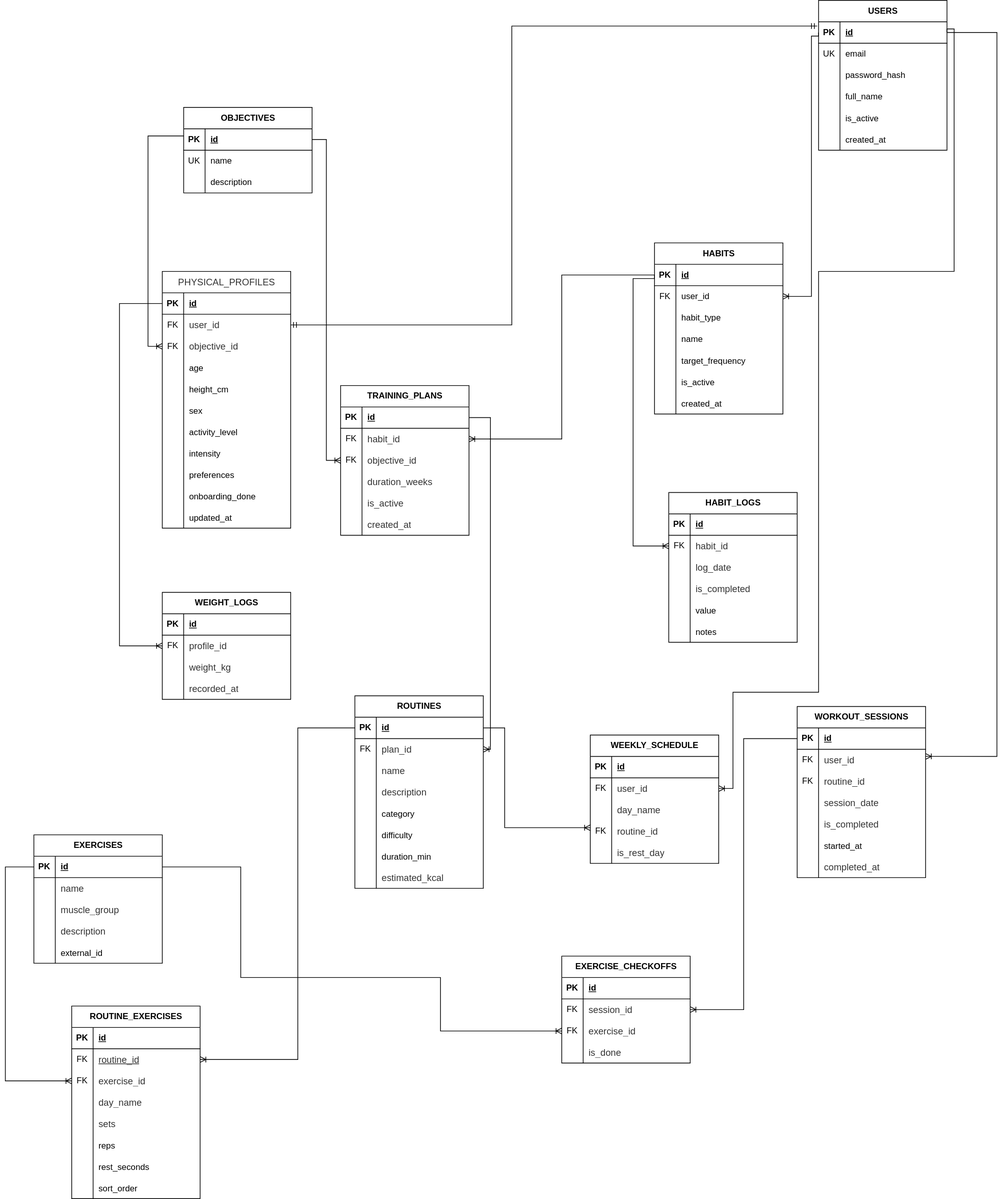
7Freeza/VersaFit keeps this draw.io diagram as database/Diagram_versafit_database.svg. Above is the earlier version. Source tidied: cells renumbered, new cells last; positions are measured from the earlier drawing's top-left corner, leaving out a move shared by most shapes.
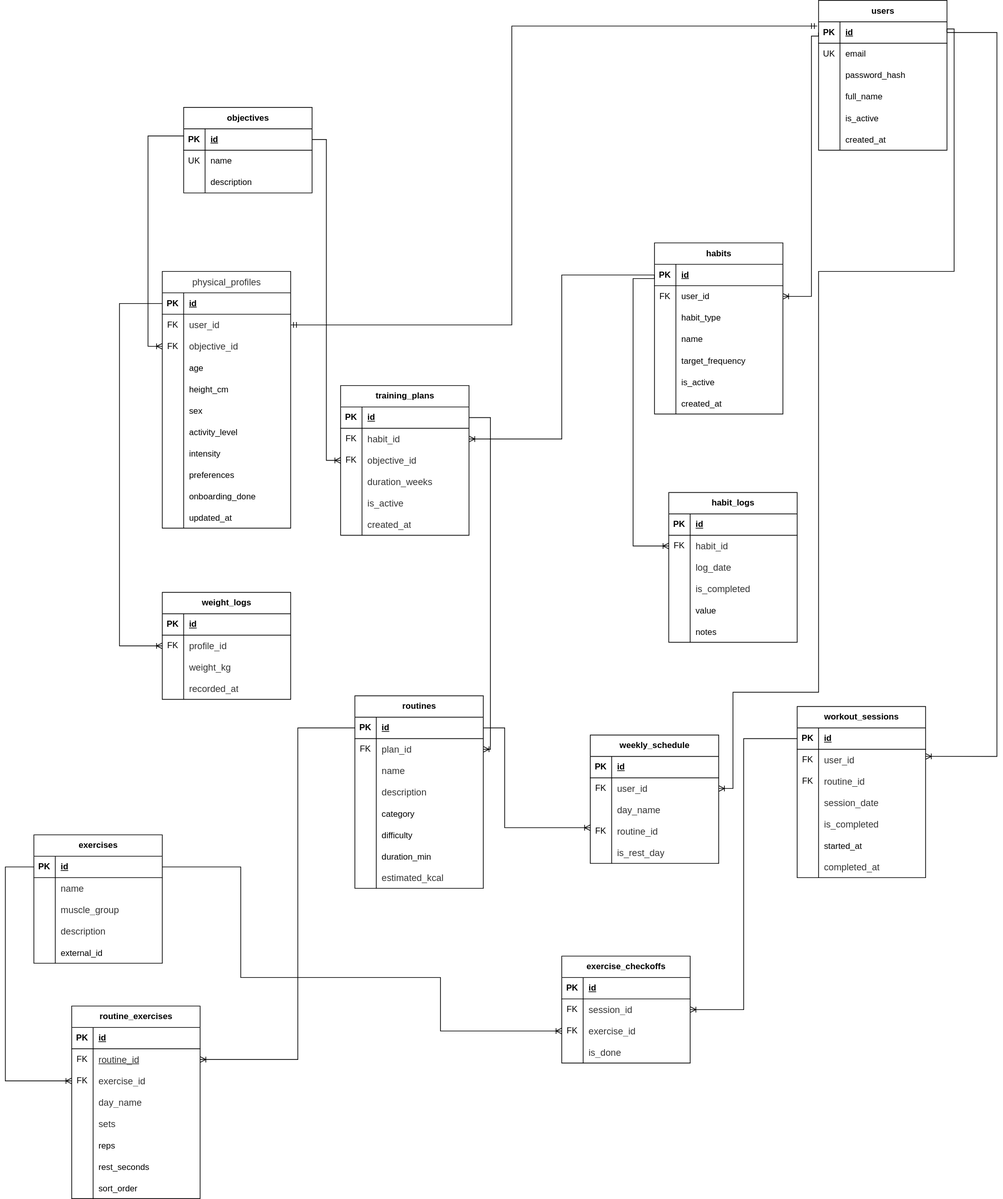
After the commit.

Commit message:
fix: database diagram

The edit, as a diff of the source:
```diff
@@ -2,7 +2,7 @@
   <root>
     <mxCell id="0" />
     <mxCell id="1" parent="0" />
-    <mxCell id="2" value="USERS" style="shape=table;startSize=30;rowLines=0;fontStyle=1;align=center;html=1;" parent="1" vertex="1">
+    <mxCell id="2" value="users" style="shape=table;startSize=30;rowLines=0;fontStyle=1;align=center;html=1;" parent="1" vertex="1">
       <mxGeometry x="1140" width="180" height="210" as="geometry" />
     </mxCell>
     <mxCell id="3" style="shape=tableRow;horizontal=0;startSize=0;swimlaneHead=0;swimlaneBody=0;fillColor=none;points=[[0,0.5],[1,0.5]];portConstraint=eastwest;top=0;left=0;right=0;bottom=1;" parent="2" vertex="1">
@@ -62,7 +62,7 @@
     <mxCell id="21" value="&lt;h2 class=&quot;sr-only&quot; style=&quot;position:absolute;width:1px;height:1px;overflow:hidden;clip:rect(0,0,0,0)&quot;&gt;Diagrama entidad-relación de la base de datos VersaFit con 13 tablas y sus campos&lt;/h2&gt;&#10;&lt;div id=&quot;erd&quot;&gt;&lt;/div&gt;&#10;" style="text;whiteSpace=wrap;html=1;" parent="1" vertex="1">
       <mxGeometry x="920" y="290" width="30" height="50" as="geometry" />
     </mxCell>
-    <mxCell id="22" value="HABITS" style="shape=table;startSize=30;rowLines=0;fontStyle=1;align=center;html=1;" parent="1" vertex="1">
+    <mxCell id="22" value="habits" style="shape=table;startSize=30;rowLines=0;fontStyle=1;align=center;html=1;" parent="1" vertex="1">
       <mxGeometry x="910" y="340" width="180" height="240" as="geometry" />
     </mxCell>
     <mxCell id="23" style="shape=tableRow;horizontal=0;startSize=0;swimlaneHead=0;swimlaneBody=0;fillColor=none;points=[[0,0.5],[1,0.5]];portConstraint=eastwest;top=0;left=0;right=0;bottom=1;" parent="22" vertex="1">
@@ -128,7 +128,7 @@
     <mxCell id="43" value="created_at" style="shape=partialRectangle;fillColor=none;top=0;left=0;bottom=0;right=0;align=left;spacingLeft=6;overflow=hidden;" parent="41" vertex="1">
       <mxGeometry x="30" width="150" height="30" as="geometry" />
     </mxCell>
-    <mxCell id="44" value="&lt;div style=&quot;text-align: start;&quot;&gt;&lt;span style=&quot;background-color: transparent; font-size: 13px; font-weight: 400;&quot;&gt;&lt;font color=&quot;#333333&quot; face=&quot;Anthropic Sans, sans-serif&quot;&gt;PHYSICAL_PROFILES&lt;/font&gt;&lt;/span&gt;&lt;/div&gt;" style="shape=table;startSize=30;rowLines=0;fontStyle=1;align=center;html=1;" parent="1" vertex="1">
+    <mxCell id="44" value="&lt;div style=&quot;text-align: start;&quot;&gt;&lt;span style=&quot;background-color: transparent; font-size: 13px; font-weight: 400;&quot;&gt;&lt;font color=&quot;#333333&quot; face=&quot;Anthropic Sans, sans-serif&quot;&gt;physical_profiles&lt;/font&gt;&lt;/span&gt;&lt;/div&gt;" style="shape=table;startSize=30;rowLines=0;fontStyle=1;align=center;html=1;" parent="1" vertex="1">
       <mxGeometry x="220" y="380" width="180" height="360" as="geometry" />
     </mxCell>
     <mxCell id="45" style="shape=tableRow;horizontal=0;startSize=0;swimlaneHead=0;swimlaneBody=0;fillColor=none;points=[[0,0.5],[1,0.5]];portConstraint=eastwest;top=0;left=0;right=0;bottom=1;" parent="44" vertex="1">
@@ -230,7 +230,7 @@
     <mxCell id="77" value="updated_at" style="shape=partialRectangle;fillColor=none;top=0;left=0;bottom=0;right=0;align=left;spacingLeft=6;overflow=hidden;" parent="75" vertex="1">
       <mxGeometry x="30" width="150" height="30" as="geometry" />
     </mxCell>
-    <mxCell id="78" value="OBJECTIVES" style="shape=table;startSize=30;rowLines=0;fontStyle=1;align=center;html=1;" parent="1" vertex="1">
+    <mxCell id="78" value="objectives" style="shape=table;startSize=30;rowLines=0;fontStyle=1;align=center;html=1;" parent="1" vertex="1">
       <mxGeometry x="250" y="150" width="180" height="120" as="geometry" />
     </mxCell>
     <mxCell id="79" style="shape=tableRow;horizontal=0;startSize=0;swimlaneHead=0;swimlaneBody=0;fillColor=none;points=[[0,0.5],[1,0.5]];portConstraint=eastwest;top=0;left=0;right=0;bottom=1;" parent="78" vertex="1">
@@ -260,7 +260,7 @@
     <mxCell id="87" value="description" style="shape=partialRectangle;fillColor=none;top=0;left=0;bottom=0;right=0;align=left;spacingLeft=6;overflow=hidden;whiteSpace=wrap;html=1;" parent="85" vertex="1">
       <mxGeometry x="30" width="150" height="30" as="geometry" />
     </mxCell>
-    <mxCell id="88" value="HABIT_LOGS" style="shape=table;startSize=30;rowLines=0;fontStyle=1;align=center;html=1;" parent="1" vertex="1">
+    <mxCell id="88" value="habit_logs" style="shape=table;startSize=30;rowLines=0;fontStyle=1;align=center;html=1;" parent="1" vertex="1">
       <mxGeometry x="930" y="690" width="180" height="210" as="geometry" />
     </mxCell>
     <mxCell id="89" style="shape=tableRow;horizontal=0;startSize=0;swimlaneHead=0;swimlaneBody=0;fillColor=none;top=0;left=0;right=0;bottom=1;" parent="88" vertex="1">
@@ -317,7 +317,7 @@
     <mxCell id="106" value="notes" style="shape=partialRectangle;fillColor=none;top=0;left=0;bottom=0;right=0;align=left;spacingLeft=6;overflow=hidden;" parent="104" vertex="1">
       <mxGeometry x="30" width="150" height="30" as="geometry" />
     </mxCell>
-    <mxCell id="107" value="TRAINING_PLANS" style="shape=table;startSize=30;rowLines=0;fontStyle=1;align=center;html=1;" parent="1" vertex="1">
+    <mxCell id="107" value="training_plans" style="shape=table;startSize=30;rowLines=0;fontStyle=1;align=center;html=1;" parent="1" vertex="1">
       <mxGeometry x="470" y="540" width="180" height="210" as="geometry" />
     </mxCell>
     <mxCell id="108" style="shape=tableRow;horizontal=0;startSize=0;swimlaneHead=0;swimlaneBody=0;fillColor=none;points=[[0,0.5],[1,0.5]];portConstraint=eastwest;top=0;left=0;right=0;bottom=1;" parent="107" vertex="1">
@@ -374,7 +374,7 @@
     <mxCell id="125" value="&lt;span style=&quot;color: rgb(51, 51, 51); font-family: &amp;quot;Anthropic Sans&amp;quot;, sans-serif; font-size: 13px; white-space: nowrap;&quot;&gt;created_at&lt;/span&gt;" style="shape=partialRectangle;fillColor=none;top=0;left=0;bottom=0;right=0;align=left;spacingLeft=6;overflow=hidden;whiteSpace=wrap;html=1;" parent="123" vertex="1">
       <mxGeometry x="30" width="150" height="30" as="geometry" />
     </mxCell>
-    <mxCell id="126" value="WEIGHT_LOGS" style="shape=table;startSize=30;rowLines=0;fontStyle=1;align=center;html=1;" parent="1" vertex="1">
+    <mxCell id="126" value="weight_logs" style="shape=table;startSize=30;rowLines=0;fontStyle=1;align=center;html=1;" parent="1" vertex="1">
       <mxGeometry x="220" y="830" width="180" height="150" as="geometry" />
     </mxCell>
     <mxCell id="127" style="shape=tableRow;horizontal=0;startSize=0;swimlaneHead=0;swimlaneBody=0;fillColor=none;top=0;left=0;right=0;bottom=1;" parent="126" vertex="1">
@@ -413,7 +413,7 @@
     <mxCell id="138" value="&lt;span style=&quot;color: rgb(51, 51, 51); font-family: &amp;quot;Anthropic Sans&amp;quot;, sans-serif; font-size: 13px; white-space: nowrap;&quot;&gt;recorded_at&lt;/span&gt;" style="shape=partialRectangle;fillColor=none;top=0;left=0;bottom=0;right=0;align=left;spacingLeft=6;overflow=hidden;whiteSpace=wrap;html=1;" parent="136" vertex="1">
       <mxGeometry x="30" width="150" height="30" as="geometry" />
     </mxCell>
-    <mxCell id="139" value="ROUTINES" style="shape=table;startSize=30;rowLines=0;fontStyle=1;align=center;html=1;" parent="1" vertex="1">
+    <mxCell id="139" value="routines" style="shape=table;startSize=30;rowLines=0;fontStyle=1;align=center;html=1;" parent="1" vertex="1">
       <mxGeometry x="490" y="975" width="180" height="270" as="geometry" />
     </mxCell>
     <mxCell id="140" style="shape=tableRow;horizontal=0;startSize=0;swimlaneHead=0;swimlaneBody=0;fillColor=none;points=[[0,0.5],[1,0.5]];portConstraint=eastwest;top=0;left=0;right=0;bottom=1;" parent="139" vertex="1">
@@ -488,7 +488,7 @@
     <mxCell id="163" value="&lt;span style=&quot;color: rgb(51, 51, 51); font-family: &amp;quot;Anthropic Sans&amp;quot;, sans-serif; font-size: 13px; white-space: nowrap;&quot;&gt;estimated_kcal&lt;/span&gt;" style="shape=partialRectangle;fillColor=none;top=0;left=0;bottom=0;right=0;align=left;spacingLeft=6;overflow=hidden;whiteSpace=wrap;html=1;" parent="161" vertex="1">
       <mxGeometry x="30" width="150" height="30" as="geometry" />
     </mxCell>
-    <mxCell id="164" value="ROUTINE_EXERCISES" style="shape=table;startSize=30;rowLines=0;fontStyle=1;align=center;html=1;" parent="1" vertex="1">
+    <mxCell id="164" value="routine_exercises" style="shape=table;startSize=30;rowLines=0;fontStyle=1;align=center;html=1;" parent="1" vertex="1">
       <mxGeometry x="93" y="1410" width="180" height="270" as="geometry" />
     </mxCell>
     <mxCell id="165" style="shape=tableRow;horizontal=0;startSize=0;swimlaneHead=0;swimlaneBody=0;fillColor=none;top=0;left=0;right=0;bottom=1;" parent="164" vertex="1">
@@ -563,7 +563,7 @@
     <mxCell id="188" value="sort_order" style="shape=partialRectangle;fillColor=none;top=0;left=0;bottom=0;right=0;align=left;spacingLeft=6;overflow=hidden;" parent="186" vertex="1">
       <mxGeometry x="30" width="150" height="30" as="geometry" />
     </mxCell>
-    <mxCell id="189" value="EXERCISES" style="shape=table;startSize=30;rowLines=0;fontStyle=1;align=center;html=1;" parent="1" vertex="1">
+    <mxCell id="189" value="exercises" style="shape=table;startSize=30;rowLines=0;fontStyle=1;align=center;html=1;" parent="1" vertex="1">
       <mxGeometry x="40" y="1170" width="180" height="180" as="geometry" />
     </mxCell>
     <mxCell id="190" style="shape=tableRow;horizontal=0;startSize=0;swimlaneHead=0;swimlaneBody=0;fillColor=none;points=[[0,0.5],[1,0.5]];portConstraint=eastwest;top=0;left=0;right=0;bottom=1;" parent="189" vertex="1">
@@ -611,7 +611,7 @@
     <mxCell id="204" value="external_id" style="shape=partialRectangle;fillColor=none;top=0;left=0;bottom=0;right=0;align=left;spacingLeft=6;overflow=hidden;" parent="202" vertex="1">
       <mxGeometry x="30" width="150" height="30" as="geometry" />
     </mxCell>
-    <mxCell id="205" value="EXERCISE_CHECKOFFS" style="shape=table;startSize=30;rowLines=0;fontStyle=1;align=center;html=1;" parent="1" vertex="1">
+    <mxCell id="205" value="exercise_checkoffs" style="shape=table;startSize=30;rowLines=0;fontStyle=1;align=center;html=1;" parent="1" vertex="1">
       <mxGeometry x="780" y="1340" width="180" height="150" as="geometry" />
     </mxCell>
     <mxCell id="206" style="shape=tableRow;horizontal=0;startSize=0;swimlaneHead=0;swimlaneBody=0;fillColor=none;top=0;left=0;right=0;bottom=1;" parent="205" vertex="1">
@@ -650,7 +650,7 @@
     <mxCell id="217" value="&lt;span style=&quot;color: rgb(51, 51, 51); font-family: &amp;quot;Anthropic Sans&amp;quot;, sans-serif; font-size: 13px; white-space: nowrap;&quot;&gt;is_done&lt;/span&gt;" style="shape=partialRectangle;fillColor=none;top=0;left=0;bottom=0;right=0;align=left;spacingLeft=6;overflow=hidden;whiteSpace=wrap;html=1;" parent="215" vertex="1">
       <mxGeometry x="30" width="150" height="30" as="geometry" />
     </mxCell>
-    <mxCell id="218" value="WEEKLY_SCHEDULE" style="shape=table;startSize=30;rowLines=0;fontStyle=1;align=center;html=1;" parent="1" vertex="1">
+    <mxCell id="218" value="weekly_schedule" style="shape=table;startSize=30;rowLines=0;fontStyle=1;align=center;html=1;" parent="1" vertex="1">
       <mxGeometry x="820" y="1030" width="180" height="180" as="geometry" />
     </mxCell>
     <mxCell id="219" style="shape=tableRow;horizontal=0;startSize=0;swimlaneHead=0;swimlaneBody=0;fillColor=none;top=0;left=0;right=0;bottom=1;" parent="218" vertex="1">
@@ -698,7 +698,7 @@
     <mxCell id="233" value="&lt;span style=&quot;color: rgb(51, 51, 51); font-family: &amp;quot;Anthropic Sans&amp;quot;, sans-serif; font-size: 13px; white-space: nowrap;&quot;&gt;is_rest_day&lt;/span&gt;" style="shape=partialRectangle;fillColor=none;top=0;left=0;bottom=0;right=0;align=left;spacingLeft=6;overflow=hidden;whiteSpace=wrap;html=1;" parent="231" vertex="1">
       <mxGeometry x="30" width="150" height="30" as="geometry" />
     </mxCell>
-    <mxCell id="234" value="WORKOUT_SESSIONS" style="shape=table;startSize=30;rowLines=0;fontStyle=1;align=center;html=1;" parent="1" vertex="1">
+    <mxCell id="234" value="workout_sessions" style="shape=table;startSize=30;rowLines=0;fontStyle=1;align=center;html=1;" parent="1" vertex="1">
       <mxGeometry x="1110" y="990" width="180" height="240" as="geometry" />
     </mxCell>
     <mxCell id="235" style="shape=tableRow;horizontal=0;startSize=0;swimlaneHead=0;swimlaneBody=0;fillColor=none;points=[[0,0.5],[1,0.5]];portConstraint=eastwest;top=0;left=0;right=0;bottom=1;" parent="234" vertex="1">
```
